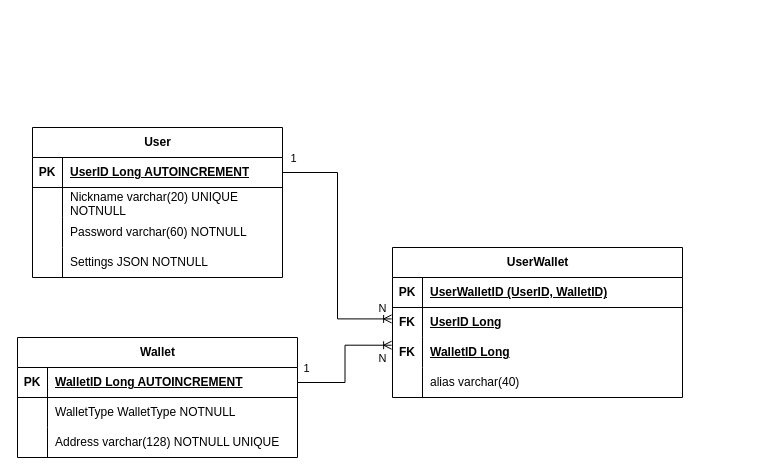
Above: page "ERD" (2 of 4) of documentation/diagrams/Panoptium.drawio in Rozhkov109/panoptium (draw.io), before the change. Source tidied: cells renumbered, new cells numbered last; positions are measured from the earlier drawing's top-left corner, leaving out a move shared by most shapes. Both pictures are drawn from the tidied source at 100%, with x=0, y=0 at pixel (17, 127).
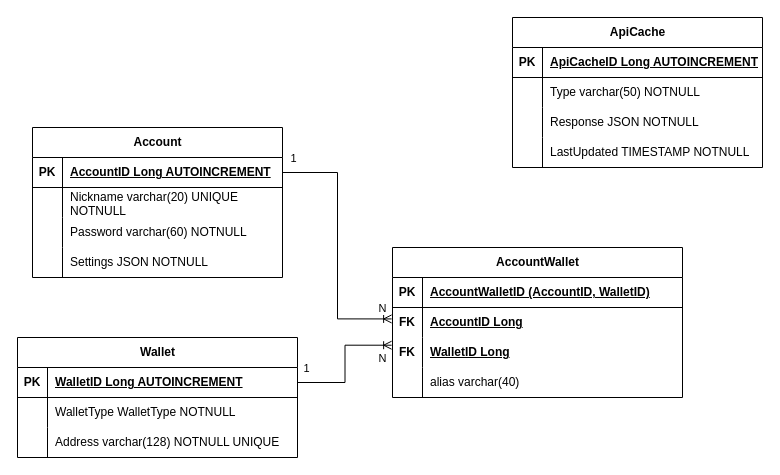
Above is the later version.

The change refers to these unchanged cells:
```xml
<mxCell id="3" style="shape=tableRow;horizontal=0;startSize=0;swimlaneHead=0;swimlaneBody=0;fillColor=none;points=[[0,0.5],[1,0.5]];portConstraint=eastwest;top=0;left=0;right=0;bottom=1;" parent="2" vertex="1">
  <mxGeometry y="30" width="250" height="30" as="geometry" />
</mxCell>
<mxCell id="26" style="shape=tableRow;horizontal=0;startSize=0;swimlaneHead=0;swimlaneBody=0;fillColor=none;top=0;left=0;right=0;bottom=1;" parent="25" vertex="1">
  <mxGeometry y="30" width="290" height="30" as="geometry" />
</mxCell>
<mxCell id="29" style="shape=tableRow;horizontal=0;startSize=0;swimlaneHead=0;swimlaneBody=0;fillColor=none;points=[[0,0.5],[1,0.5]];portConstraint=eastwest;top=0;left=0;right=0;bottom=0;" parent="25" vertex="1">
  <mxGeometry y="60" width="290" height="30" as="geometry" />
</mxCell>
```

Change to the diagram source:
```diff
@@
-    <mxCell id="2" value="User" style="shape=table;startSize=30;childLayout=tableLayout;rowLines=0;fontStyle=1;align=center;html=1;" parent="1" vertex="1">
+    <mxCell id="2" value="Account" style="shape=table;startSize=30;childLayout=tableLayout;rowLines=0;fontStyle=1;align=center;html=1;" parent="1" vertex="1">
       <mxGeometry x="15" width="250" height="150" as="geometry" />
     </mxCell>
@@
-    <mxCell id="5" value="UserID Long AUTOINCREMENT" style="shape=partialRectangle;fillColor=none;top=0;left=0;bottom=0;right=0;align=left;spacingLeft=6;fontStyle=5;overflow=hidden;whiteSpace=wrap;html=1;" parent="3" vertex="1">
+    <mxCell id="5" value="AccountID Long AUTOINCREMENT" style="shape=partialRectangle;fillColor=none;top=0;left=0;bottom=0;right=0;align=left;spacingLeft=6;fontStyle=5;overflow=hidden;whiteSpace=wrap;html=1;" parent="3" vertex="1">
       <mxGeometry x="30" width="220" height="30" as="geometry" />
     </mxCell>
@@
-    <mxCell id="25" value="UserWallet" style="shape=table;startSize=30;childLayout=tableLayout;rowLines=0;fontStyle=1;align=center;html=1;" parent="1" vertex="1">
+    <mxCell id="25" value="AccountWallet" style="shape=table;startSize=30;childLayout=tableLayout;rowLines=0;fontStyle=1;align=center;html=1;" parent="1" vertex="1">
       <mxGeometry x="375" y="120" width="290" height="150" as="geometry" />
     </mxCell>
@@
-    <mxCell id="28" value="UserWalletID (UserID, WalletID)" style="shape=partialRectangle;fillColor=none;top=0;left=0;bottom=0;right=0;align=left;spacingLeft=6;fontStyle=5;overflow=hidden;whiteSpace=wrap;html=1;" parent="26" vertex="1">
+    <mxCell id="28" value="AccountWalletID (AccountID, WalletID)" style="shape=partialRectangle;fillColor=none;top=0;left=0;bottom=0;right=0;align=left;spacingLeft=6;fontStyle=5;overflow=hidden;whiteSpace=wrap;html=1;" parent="26" vertex="1">
       <mxGeometry x="30" width="260" height="30" as="geometry" />
     </mxCell>
@@
-    <mxCell id="31" value="&lt;span style=&quot;font-weight: 700; text-decoration-line: underline;&quot;&gt;UserID Long&lt;/span&gt;" style="shape=partialRectangle;fillColor=none;top=0;left=0;bottom=0;right=0;align=left;spacingLeft=6;overflow=hidden;whiteSpace=wrap;html=1;" parent="29" vertex="1">
+    <mxCell id="31" value="&lt;span style=&quot;font-weight: 700; text-decoration-line: underline;&quot;&gt;AccountID Long&lt;/span&gt;" style="shape=partialRectangle;fillColor=none;top=0;left=0;bottom=0;right=0;align=left;spacingLeft=6;overflow=hidden;whiteSpace=wrap;html=1;" parent="29" vertex="1">
       <mxGeometry x="30" width="260" height="30" as="geometry" />
     </mxCell>
@@
+    <mxCell id="44" value="ApiCache" style="shape=table;startSize=30;childLayout=tableLayout;rowLines=0;fontStyle=1;align=center;html=1;" parent="1" vertex="1">
+      <mxGeometry x="495" y="-110" width="250" height="150" as="geometry" />
+    </mxCell>
+    <mxCell id="45" style="shape=tableRow;horizontal=0;startSize=0;swimlaneHead=0;swimlaneBody=0;fillColor=none;top=0;left=0;right=0;bottom=1;" parent="44" vertex="1">
+      <mxGeometry y="30" width="250" height="30" as="geometry" />
+    </mxCell>
+    <mxCell id="46" value="PK" style="shape=partialRectangle;fillColor=none;top=0;left=0;bottom=0;right=0;fontStyle=1;overflow=hidden;whiteSpace=wrap;html=1;" parent="45" vertex="1">
+      <mxGeometry width="30" height="30" as="geometry" />
+    </mxCell>
+    <mxCell id="47" value="ApiCacheID Long AUTOINCREMENT" style="shape=partialRectangle;fillColor=none;top=0;left=0;bottom=0;right=0;align=left;spacingLeft=6;fontStyle=5;overflow=hidden;whiteSpace=wrap;html=1;" parent="45" vertex="1">
+      <mxGeometry x="30" width="220" height="30" as="geometry" />
+    </mxCell>
+    <mxCell id="48" style="shape=tableRow;horizontal=0;startSize=0;swimlaneHead=0;swimlaneBody=0;fillColor=none;top=0;left=0;right=0;bottom=0;" parent="44" vertex="1">
+      <mxGeometry y="60" width="250" height="30" as="geometry" />
+    </mxCell>
+    <mxCell id="49" style="shape=partialRectangle;fillColor=none;top=0;left=0;bottom=0;right=0;overflow=hidden;whiteSpace=wrap;html=1;" parent="48" vertex="1">
+      <mxGeometry width="30" height="30" as="geometry" />
+    </mxCell>
+    <mxCell id="50" value="Type varchar(50) NOTNULL" style="shape=partialRectangle;fillColor=none;top=0;left=0;bottom=0;right=0;align=left;spacingLeft=6;overflow=hidden;whiteSpace=wrap;html=1;" parent="48" vertex="1">
+      <mxGeometry x="30" width="220" height="30" as="geometry" />
+    </mxCell>
+    <mxCell id="51" style="shape=tableRow;horizontal=0;startSize=0;swimlaneHead=0;swimlaneBody=0;fillColor=none;top=0;left=0;right=0;bottom=0;" parent="44" vertex="1">
+      <mxGeometry y="90" width="250" height="30" as="geometry" />
+    </mxCell>
+    <mxCell id="52" style="shape=partialRectangle;fillColor=none;top=0;left=0;bottom=0;right=0;overflow=hidden;whiteSpace=wrap;html=1;" parent="51" vertex="1">
+      <mxGeometry width="30" height="30" as="geometry" />
+    </mxCell>
+    <mxCell id="53" value="Response JSON NOTNULL" style="shape=partialRectangle;fillColor=none;top=0;left=0;bottom=0;right=0;align=left;spacingLeft=6;overflow=hidden;whiteSpace=wrap;html=1;" parent="51" vertex="1">
+      <mxGeometry x="30" width="220" height="30" as="geometry" />
+    </mxCell>
+    <mxCell id="54" style="shape=tableRow;horizontal=0;startSize=0;swimlaneHead=0;swimlaneBody=0;fillColor=none;top=0;left=0;right=0;bottom=0;" parent="44" vertex="1">
+      <mxGeometry y="120" width="250" height="30" as="geometry" />
+    </mxCell>
+    <mxCell id="55" style="shape=partialRectangle;fillColor=none;top=0;left=0;bottom=0;right=0;overflow=hidden;whiteSpace=wrap;html=1;" parent="54" vertex="1">
+      <mxGeometry width="30" height="30" as="geometry" />
+    </mxCell>
+    <mxCell id="56" value="LastUpdated TIMESTAMP NOTNULL" style="shape=partialRectangle;fillColor=none;top=0;left=0;bottom=0;right=0;align=left;spacingLeft=6;overflow=hidden;whiteSpace=wrap;html=1;" parent="54" vertex="1">
+      <mxGeometry x="30" width="220" height="30" as="geometry" />
+    </mxCell>
```
